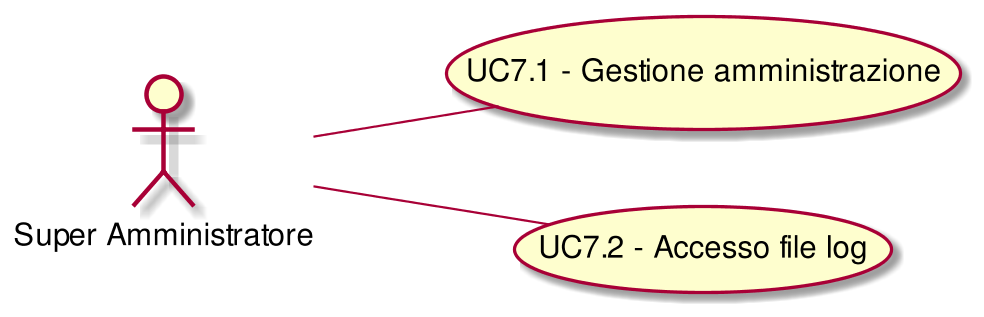
This is RR/Esterni/AnalisiDeiRequisiti/images/UseCaseUC7.png from CoCodeSWE/Docs, a PlantUML export, as it was before one commit. Source of this version:
```plantuml
@startuml
scale 1000*1000
left to right direction
( UC7.1 - Gestione amministrazione ) as (UC7.1)
:Super Amministratore:--(UC7.1)
( UC7.2 - Accesso file log ) as (UC7.2)
:Super Amministratore:--(UC7.2)
@enduml
```
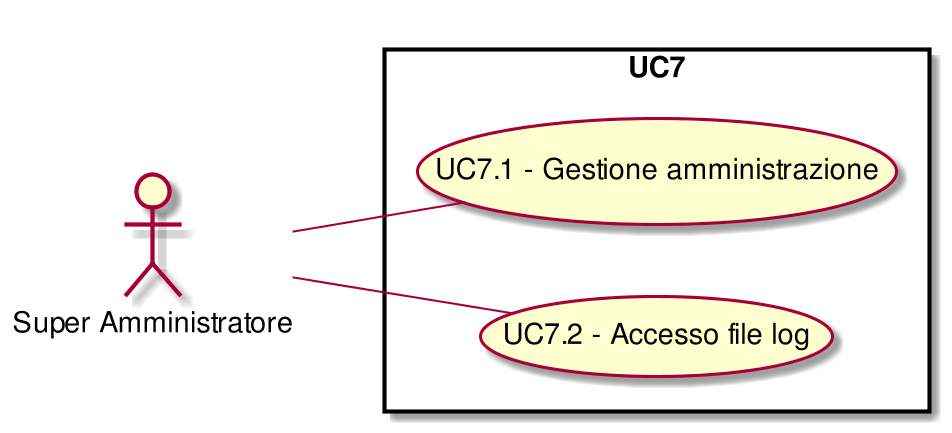
Above is the later version.

What changed in the source:
```diff
@@ -1,8 +1,12 @@
 @startuml
 scale 1000*1000
 left to right direction
+skinparam packageStyle rect
+:Super Amministratore:
+rectangle UC7{
 ( UC7.1 - Gestione amministrazione ) as (UC7.1)
 :Super Amministratore:--(UC7.1)
 ( UC7.2 - Accesso file log ) as (UC7.2)
 :Super Amministratore:--(UC7.2)
+}
 @enduml
```
